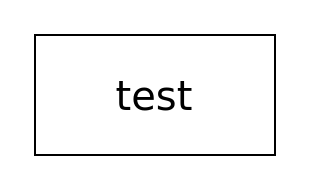
Earlier version of the draw.io diagram 未命名绘图.drawio (bysen32/PicGo). Source tidied: cells renumbered, new cells numbered last; positions are measured from the earlier drawing's top-left corner, leaving out a move shared by most shapes. Both pictures are drawn from the tidied source at 200%, with x=0, y=0 at pixel (34, 34).
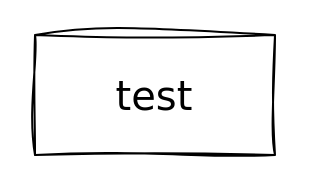
After the change.

Commit message (it also covers changes not shown here):
更新未命名绘图.drawio

Change to the diagram source:
```diff
@@
 <mxGraphModel>
   <root>
     <mxCell id="0" />
     <mxCell id="1" parent="0" />
-    <mxCell id="2" value="&lt;font face=&quot;Verdana&quot; style=&quot;font-size: 20px;&quot;&gt;test&lt;/font&gt;" style="rounded=0;whiteSpace=wrap;html=1;" parent="1" vertex="1">
+    <mxCell id="2" value="&lt;font face=&quot;Verdana&quot; style=&quot;font-size: 20px;&quot;&gt;test&lt;/font&gt;" style="rounded=0;whiteSpace=wrap;html=1;shadow=0;glass=0;sketch=1;curveFitting=1;jiggle=2;" parent="1" vertex="1">
       <mxGeometry width="120" height="60" as="geometry" />
     </mxCell>
   </root>
 </mxGraphModel>
```
